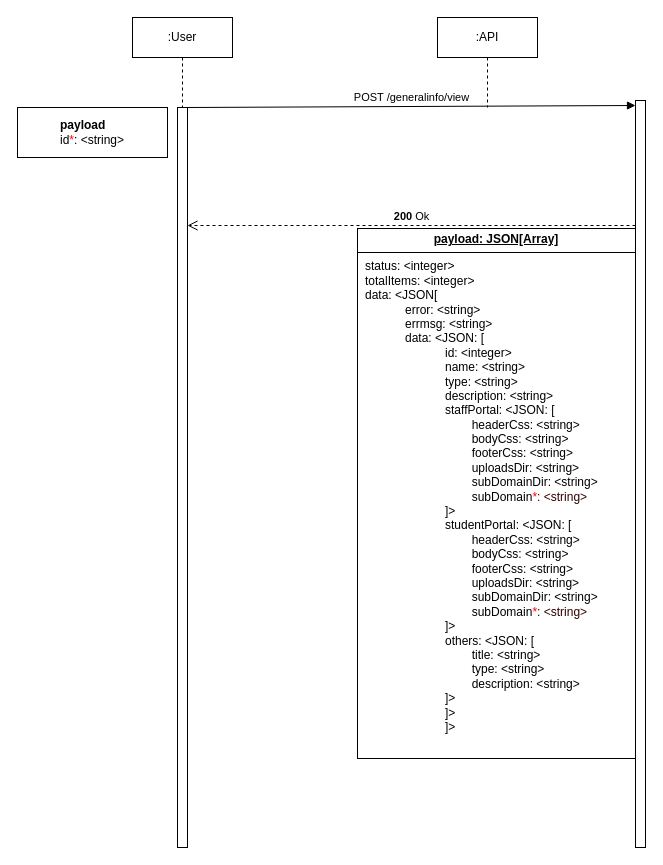
olougepa/scholar-api keeps this draw.io diagram as page "Select School Workflow" (3 of 10) of scholar-api-flows1.drawio. Above is the earlier version. Source tidied: cells renumbered, new cells numbered last; positions are measured from the earlier drawing's top-left corner, leaving out a move shared by most shapes. Both pictures are drawn from the tidied source at 100%, with x=0, y=0 at pixel (17, 17).
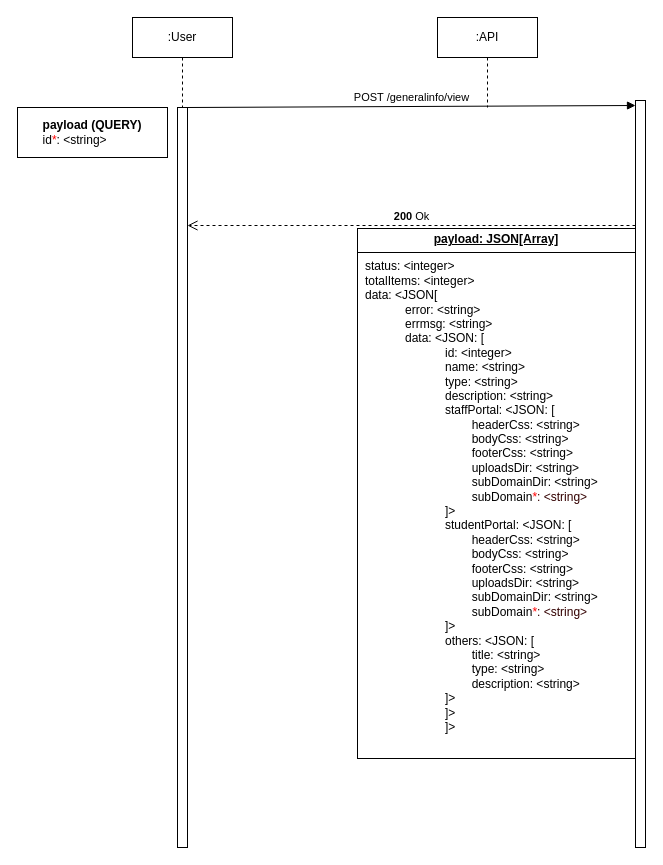
The same diagram, later.

The edit, as a diff of the source:
```diff
@@
 <mxGraphModel>
   <root>
     <mxCell id="0" />
     <mxCell id="1" parent="0" />
     <mxCell id="2" style="html=1;points=[[0,0,0,0,5],[0,1,0,0,-5],[1,0,0,0,5],[1,1,0,0,-5]];perimeter=orthogonalPerimeter;outlineConnect=0;targetShapes=umlLifeline;portConstraint=eastwest;newEdgeStyle={&quot;curved&quot;:0,&quot;rounded&quot;:0};" parent="1" vertex="1">
       <mxGeometry x="618" y="83" width="10" height="747" as="geometry" />
     </mxCell>
     <mxCell id="3" value="POST /generalinfo/view" style="html=1;verticalAlign=bottom;endArrow=block;curved=0;rounded=0;entryX=0;entryY=0;entryDx=0;entryDy=5;" parent="1" edge="1" source="5" target="2">
       <mxGeometry relative="1" as="geometry" />
     </mxCell>
     <mxCell id="4" value="&lt;b&gt;200&lt;/b&gt; Ok" style="html=1;verticalAlign=bottom;endArrow=open;dashed=1;endSize=8;curved=0;rounded=0;" parent="1" edge="1" source="2">
       <mxGeometry relative="1" as="geometry">
         <mxPoint x="170" y="208" as="targetPoint" />
       </mxGeometry>
     </mxCell>
     <mxCell id="5" style="html=1;points=[[0,0,0,0,5],[0,1,0,0,-5],[1,0,0,0,5],[1,1,0,0,-5]];perimeter=orthogonalPerimeter;outlineConnect=0;targetShapes=umlLifeline;portConstraint=eastwest;newEdgeStyle={&quot;curved&quot;:0,&quot;rounded&quot;:0};" parent="1" vertex="1">
       <mxGeometry x="160" y="90" width="10" height="740" as="geometry" />
     </mxCell>
     <mxCell id="6" value="&lt;p style=&quot;margin:0px;margin-top:4px;text-align:center;text-decoration:underline;&quot;&gt;&lt;b&gt;payload: JSON[Array]&lt;/b&gt;&lt;/p&gt;&lt;hr size=&quot;1&quot; style=&quot;border-style:solid;&quot;&gt;&lt;p style=&quot;margin:0px;margin-left:8px;&quot;&gt;status: &amp;lt;integer&amp;gt;&lt;/p&gt;&lt;p style=&quot;margin:0px;margin-left:8px;&quot;&gt;totalItems: &amp;lt;integer&amp;gt;&lt;/p&gt;&lt;p style=&quot;margin:0px;margin-left:8px;&quot;&gt;data: &amp;lt;JSON[&lt;/p&gt;&lt;blockquote style=&quot;margin: 0 0 0 40px; border: none; padding: 0px;&quot;&gt;&lt;p style=&quot;margin:0px;margin-left:8px;&quot;&gt;error: &amp;lt;string&amp;gt;&lt;/p&gt;&lt;p style=&quot;margin:0px;margin-left:8px;&quot;&gt;errmsg: &amp;lt;string&amp;gt;&lt;/p&gt;&lt;p style=&quot;margin:0px;margin-left:8px;&quot;&gt;data: &amp;lt;JSON: [&amp;nbsp;&lt;/p&gt;&lt;/blockquote&gt;&lt;blockquote style=&quot;margin: 0 0 0 40px; border: none; padding: 0px;&quot;&gt;&lt;blockquote style=&quot;margin: 0 0 0 40px; border: none; padding: 0px;&quot;&gt;&lt;p style=&quot;margin:0px;margin-left:8px;&quot;&gt;id: &amp;lt;integer&amp;gt;&lt;/p&gt;&lt;/blockquote&gt;&lt;blockquote style=&quot;margin: 0 0 0 40px; border: none; padding: 0px;&quot;&gt;&lt;p style=&quot;margin:0px;margin-left:8px;&quot;&gt;name: &amp;lt;string&amp;gt;&lt;/p&gt;&lt;/blockquote&gt;&lt;blockquote style=&quot;margin: 0 0 0 40px; border: none; padding: 0px;&quot;&gt;&lt;p style=&quot;margin:0px;margin-left:8px;&quot;&gt;type: &amp;lt;string&amp;gt;&lt;/p&gt;&lt;/blockquote&gt;&lt;blockquote style=&quot;margin: 0 0 0 40px; border: none; padding: 0px;&quot;&gt;&lt;p style=&quot;margin:0px;margin-left:8px;&quot;&gt;description: &amp;lt;string&amp;gt;&lt;/p&gt;&lt;/blockquote&gt;&lt;blockquote style=&quot;margin: 0 0 0 40px; border: none; padding: 0px;&quot;&gt;&lt;p style=&quot;margin:0px;margin-left:8px;&quot;&gt;staffPortal: &amp;lt;JSON: [&lt;/p&gt;&lt;/blockquote&gt;&lt;blockquote style=&quot;margin: 0 0 0 40px; border: none; padding: 0px;&quot;&gt;&lt;p style=&quot;margin:0px;margin-left:8px;&quot;&gt;&lt;span style=&quot;white-space: pre;&quot;&gt;&#9;&lt;/span&gt;headerCss: &amp;lt;string&amp;gt;&lt;/p&gt;&lt;/blockquote&gt;&lt;blockquote style=&quot;margin: 0 0 0 40px; border: none; padding: 0px;&quot;&gt;&lt;p style=&quot;margin:0px;margin-left:8px;&quot;&gt;&lt;span style=&quot;white-space: pre;&quot;&gt;&#9;&lt;/span&gt;bodyCss: &amp;lt;string&amp;gt;&lt;/p&gt;&lt;/blockquote&gt;&lt;blockquote style=&quot;margin: 0 0 0 40px; border: none; padding: 0px;&quot;&gt;&lt;p style=&quot;margin:0px;margin-left:8px;&quot;&gt;&lt;span style=&quot;white-space: pre;&quot;&gt;&#9;&lt;/span&gt;footerCss: &amp;lt;string&amp;gt;&lt;/p&gt;&lt;/blockquote&gt;&lt;blockquote style=&quot;margin: 0 0 0 40px; border: none; padding: 0px;&quot;&gt;&lt;p style=&quot;margin:0px;margin-left:8px;&quot;&gt;&lt;span style=&quot;white-space: pre;&quot;&gt;&#9;&lt;/span&gt;uploadsDir: &amp;lt;string&amp;gt;&lt;/p&gt;&lt;/blockquote&gt;&lt;blockquote style=&quot;margin: 0 0 0 40px; border: none; padding: 0px;&quot;&gt;&lt;p style=&quot;margin:0px;margin-left:8px;&quot;&gt;&lt;span style=&quot;white-space: pre;&quot;&gt;&#9;&lt;/span&gt;subDomainDir: &amp;lt;string&amp;gt;&lt;/p&gt;&lt;/blockquote&gt;&lt;blockquote style=&quot;margin: 0 0 0 40px; border: none; padding: 0px;&quot;&gt;&lt;p style=&quot;margin:0px;margin-left:8px;&quot;&gt;&lt;span style=&quot;white-space: pre;&quot;&gt;&#9;&lt;/span&gt;subDomain&lt;font color=&quot;#ff0000&quot;&gt;*&lt;/font&gt;&lt;font color=&quot;#330000&quot;&gt;: &amp;lt;string&amp;gt;&lt;/font&gt;&lt;/p&gt;&lt;/blockquote&gt;&lt;blockquote style=&quot;margin: 0 0 0 40px; border: none; padding: 0px;&quot;&gt;&lt;p style=&quot;margin:0px;margin-left:8px;&quot;&gt;]&amp;gt;&lt;/p&gt;&lt;/blockquote&gt;&lt;blockquote style=&quot;margin: 0 0 0 40px; border: none; padding: 0px;&quot;&gt;&lt;p style=&quot;margin: 0px 0px 0px 8px;&quot;&gt;studentPortal: &amp;lt;JSON: [&lt;/p&gt;&lt;/blockquote&gt;&lt;blockquote style=&quot;margin: 0 0 0 40px; border: none; padding: 0px;&quot;&gt;&lt;p style=&quot;margin: 0px 0px 0px 8px;&quot;&gt;&lt;span style=&quot;white-space: pre;&quot;&gt;&#9;&lt;/span&gt;headerCss: &amp;lt;string&amp;gt;&lt;/p&gt;&lt;/blockquote&gt;&lt;blockquote style=&quot;margin: 0 0 0 40px; border: none; padding: 0px;&quot;&gt;&lt;p style=&quot;margin: 0px 0px 0px 8px;&quot;&gt;&lt;span style=&quot;white-space: pre;&quot;&gt;&#9;&lt;/span&gt;bodyCss: &amp;lt;string&amp;gt;&lt;/p&gt;&lt;/blockquote&gt;&lt;blockquote style=&quot;margin: 0 0 0 40px; border: none; padding: 0px;&quot;&gt;&lt;p style=&quot;margin: 0px 0px 0px 8px;&quot;&gt;&lt;span style=&quot;white-space: pre;&quot;&gt;&#9;&lt;/span&gt;footerCss: &amp;lt;string&amp;gt;&lt;/p&gt;&lt;/blockquote&gt;&lt;blockquote style=&quot;margin: 0 0 0 40px; border: none; padding: 0px;&quot;&gt;&lt;p style=&quot;margin: 0px 0px 0px 8px;&quot;&gt;&lt;span style=&quot;white-space: pre;&quot;&gt;&#9;&lt;/span&gt;uploadsDir: &amp;lt;string&amp;gt;&lt;/p&gt;&lt;/blockquote&gt;&lt;blockquote style=&quot;margin: 0 0 0 40px; border: none; padding: 0px;&quot;&gt;&lt;p style=&quot;margin: 0px 0px 0px 8px;&quot;&gt;&lt;span style=&quot;white-space: pre;&quot;&gt;&#9;&lt;/span&gt;subDomainDir: &amp;lt;string&amp;gt;&lt;/p&gt;&lt;/blockquote&gt;&lt;blockquote style=&quot;margin: 0 0 0 40px; border: none; padding: 0px;&quot;&gt;&lt;p style=&quot;margin: 0px 0px 0px 8px;&quot;&gt;&lt;span style=&quot;white-space: pre;&quot;&gt;&#9;&lt;/span&gt;subDomain&lt;font color=&quot;#ff0000&quot;&gt;*&lt;/font&gt;&lt;font color=&quot;#330000&quot;&gt;: &amp;lt;string&amp;gt;&lt;/font&gt;&lt;/p&gt;&lt;/blockquote&gt;&lt;blockquote style=&quot;margin: 0 0 0 40px; border: none; padding: 0px;&quot;&gt;&lt;p style=&quot;margin: 0px 0px 0px 8px;&quot;&gt;]&amp;gt;&lt;/p&gt;&lt;/blockquote&gt;&lt;blockquote style=&quot;margin: 0 0 0 40px; border: none; padding: 0px;&quot;&gt;&lt;p style=&quot;margin: 0px 0px 0px 8px;&quot;&gt;others: &amp;lt;JSON: [&lt;/p&gt;&lt;/blockquote&gt;&lt;blockquote style=&quot;margin: 0 0 0 40px; border: none; padding: 0px;&quot;&gt;&lt;p style=&quot;margin: 0px 0px 0px 8px;&quot;&gt;&lt;span style=&quot;white-space: pre;&quot;&gt;&#9;&lt;/span&gt;title: &amp;lt;string&amp;gt;&lt;/p&gt;&lt;/blockquote&gt;&lt;blockquote style=&quot;margin: 0 0 0 40px; border: none; padding: 0px;&quot;&gt;&lt;p style=&quot;margin: 0px 0px 0px 8px;&quot;&gt;&lt;span style=&quot;white-space: pre;&quot;&gt;&#9;&lt;/span&gt;type: &amp;lt;string&amp;gt;&lt;/p&gt;&lt;/blockquote&gt;&lt;blockquote style=&quot;margin: 0 0 0 40px; border: none; padding: 0px;&quot;&gt;&lt;p style=&quot;margin: 0px 0px 0px 8px;&quot;&gt;&lt;span style=&quot;white-space: pre;&quot;&gt;&#9;&lt;/span&gt;description: &amp;lt;string&amp;gt;&lt;/p&gt;&lt;/blockquote&gt;&lt;blockquote style=&quot;margin: 0 0 0 40px; border: none; padding: 0px;&quot;&gt;&lt;p style=&quot;margin: 0px 0px 0px 8px;&quot;&gt;]&amp;gt;&lt;/p&gt;&lt;p style=&quot;margin: 0px 0px 0px 8px;&quot;&gt;]&amp;gt;&lt;/p&gt;&lt;p style=&quot;margin: 0px 0px 0px 8px;&quot;&gt;&lt;span style=&quot;background-color: initial;&quot;&gt;]&amp;gt;&lt;/span&gt;&lt;/p&gt;&lt;/blockquote&gt;&lt;/blockquote&gt;" style="verticalAlign=top;align=left;overflow=fill;html=1;whiteSpace=wrap;" parent="1" vertex="1">
       <mxGeometry x="340" y="211" width="278" height="530" as="geometry" />
     </mxCell>
     <mxCell id="7" value=":User" style="shape=umlLifeline;perimeter=lifelinePerimeter;whiteSpace=wrap;html=1;newEdgeStyle={&quot;curved&quot;:0,&quot;rounded&quot;:0};" parent="1" vertex="1">
       <mxGeometry x="115" width="100" height="90" as="geometry" />
     </mxCell>
     <mxCell id="8" value=":API" style="shape=umlLifeline;perimeter=lifelinePerimeter;whiteSpace=wrap;html=1;newEdgeStyle={&quot;curved&quot;:0,&quot;rounded&quot;:0};" parent="1" vertex="1">
       <mxGeometry x="420" width="100" height="90" as="geometry" />
     </mxCell>
-    <mxCell id="9" value="&lt;div style=&quot;text-align: left;&quot;&gt;&lt;b style=&quot;background-color: initial;&quot;&gt;payload&lt;/b&gt;&lt;/div&gt;&lt;div style=&quot;text-align: left;&quot;&gt;id&lt;font color=&quot;#ff0000&quot;&gt;*&lt;/font&gt;: &amp;lt;string&amp;gt;&lt;/div&gt;" style="html=1;whiteSpace=wrap;" parent="1" vertex="1">
+    <mxCell id="9" value="&lt;div style=&quot;text-align: left;&quot;&gt;&lt;b style=&quot;background-color: initial;&quot;&gt;payload (QUERY)&lt;/b&gt;&lt;/div&gt;&lt;div style=&quot;text-align: left;&quot;&gt;id&lt;font color=&quot;#ff0000&quot;&gt;*&lt;/font&gt;: &amp;lt;string&amp;gt;&lt;/div&gt;" style="html=1;whiteSpace=wrap;" parent="1" vertex="1">
       <mxGeometry y="90" width="150" height="50" as="geometry" />
     </mxCell>
   </root>
 </mxGraphModel>
```
